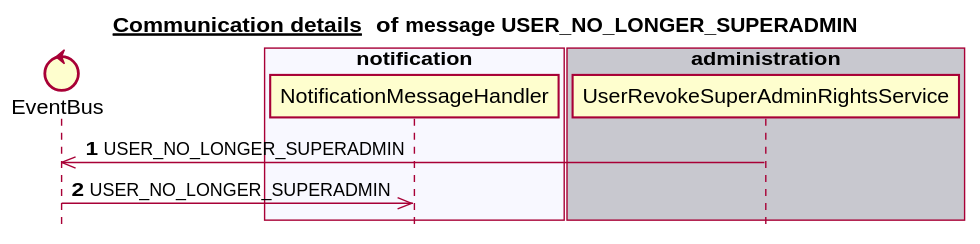
Above: docs/latest/images/gen_domain_messaging_user_no_longer_superadmin.svg in mercedes-benz/sechub (PlantUML), before the change.
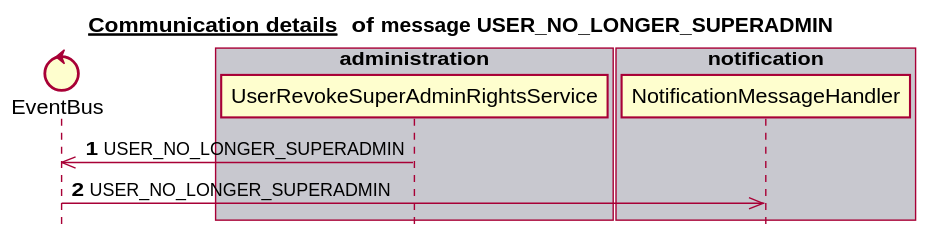
Later version of the same file.

Diff of the diagram source:
```diff
@@ -6,17 +6,17 @@
 
 
 control EventBus
-box "scan" #C8C8CF
+box "authorization" #C8C8CF
+end box
+box "scan" #F8F8FF
+end box
+box "administration" #C8C8CF
+   participant UserRevokeSuperAdminRightsService
 end box
 box "schedule" #F8F8FF
 end box
-box "authorization" #C8C8CF
-end box
-box "notification" #F8F8FF
+box "notification" #C8C8CF
    participant NotificationMessageHandler
-end box
-box "administration" #C8C8CF
-   participant UserRevokeSuperAdminRightsService
 end box
 autonumber 1
 UserRevokeSuperAdminRightsService ->> EventBus:USER_NO_LONGER_SUPERADMIN
```
